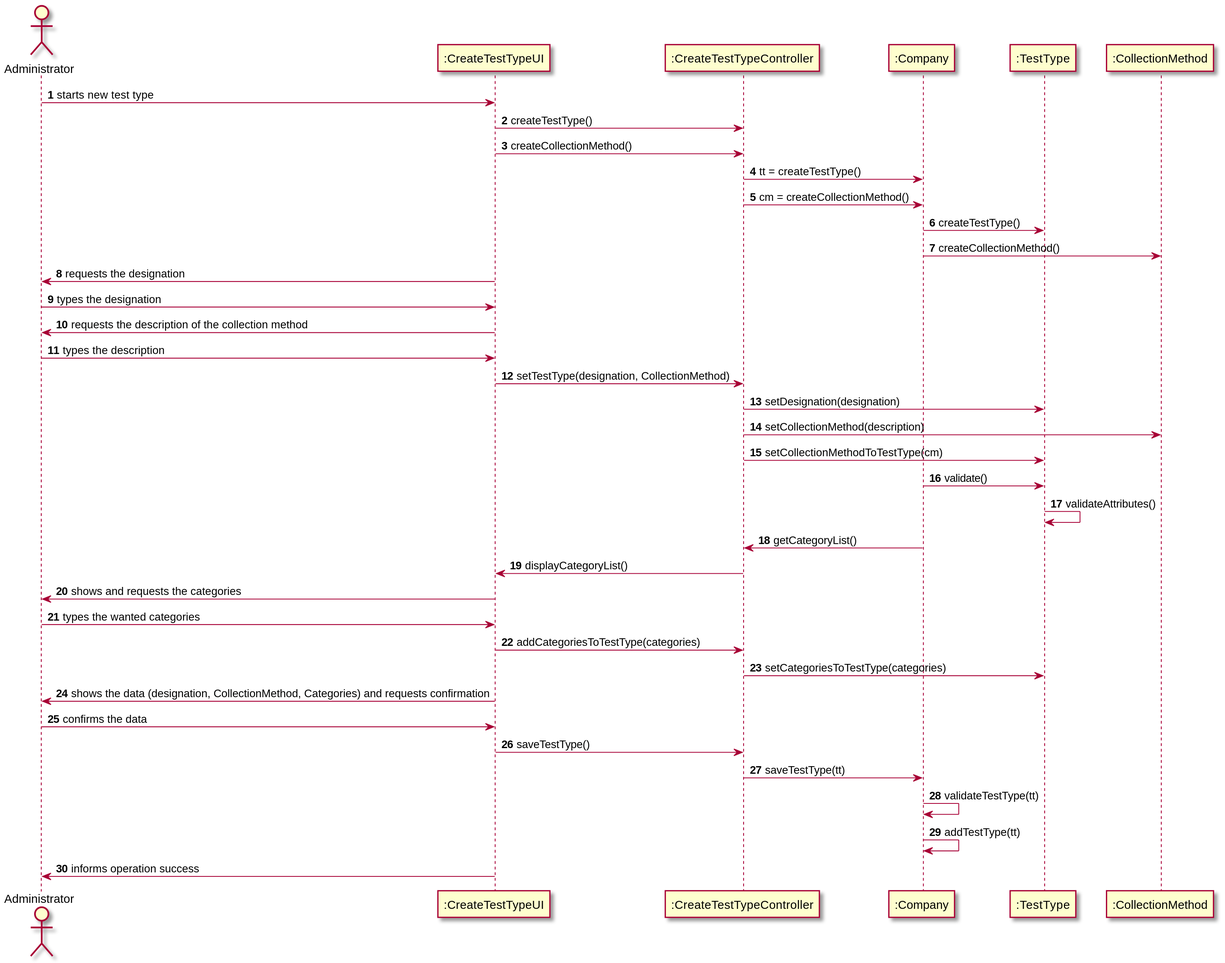
Before: docs/SprintB/US9/US9_SD.svg, a diagram exported from PlantUML (MadDinosaur/ISEP-LAPR2). Its diagram source:
```plantuml
@startuml


autonumber

actor Administrator

Administrator -> ":CreateTestTypeUI": starts new test type
":CreateTestTypeUI" -> ":CreateTestTypeController": createTestType()
":CreateTestTypeUI" -> ":CreateTestTypeController": createCollectionMethod()
":CreateTestTypeController" -> ":Company": tt = createTestType()
":CreateTestTypeController" -> ":Company": cm = createCollectionMethod()
":Company" -> ":TestType": createTestType()
":Company" -> ":CollectionMethod": createCollectionMethod()

":CreateTestTypeUI" -> Administrator: requests the designation
Administrator -> ":CreateTestTypeUI": types the designation
":CreateTestTypeUI" -> Administrator: requests the description of the collection method
Administrator -> ":CreateTestTypeUI": types the description

":CreateTestTypeUI" -> ":CreateTestTypeController": setTestType(designation, CollectionMethod)
":CreateTestTypeController" -> ":TestType": setDesignation(designation)
":CreateTestTypeController" -> ":CollectionMethod": setCollectionMethod(description)
":CreateTestTypeController" -> ":TestType": setCollectionMethodToTestType(cm)

":Company" -> ":TestType": validate()
":TestType" -> ":TestType": validateAttributes()

":Company" -> ":CreateTestTypeController": getCategoryList()
":CreateTestTypeController" -> ":CreateTestTypeUI": displayCategoryList()

":CreateTestTypeUI" -> Administrator: shows and requests the categories
Administrator -> ":CreateTestTypeUI": types the wanted categories

":CreateTestTypeUI" -> ":CreateTestTypeController": addCategoriesToTestType(categories)
":CreateTestTypeController" -> ":TestType": setCategoriesToTestType(categories)
":CreateTestTypeUI" -> Administrator: shows the data (designation, CollectionMethod, Categories) and requests confirmation
Administrator -> ":CreateTestTypeUI": confirms the data
":CreateTestTypeUI" -> ":CreateTestTypeController": saveTestType()
":CreateTestTypeController" -> ":Company": saveTestType(tt)
":Company" -> ":Company": validateTestType(tt)
":Company" -> ":Company": addTestType(tt)

":CreateTestTypeUI" -> Administrator: informs operation success



@enduml
```
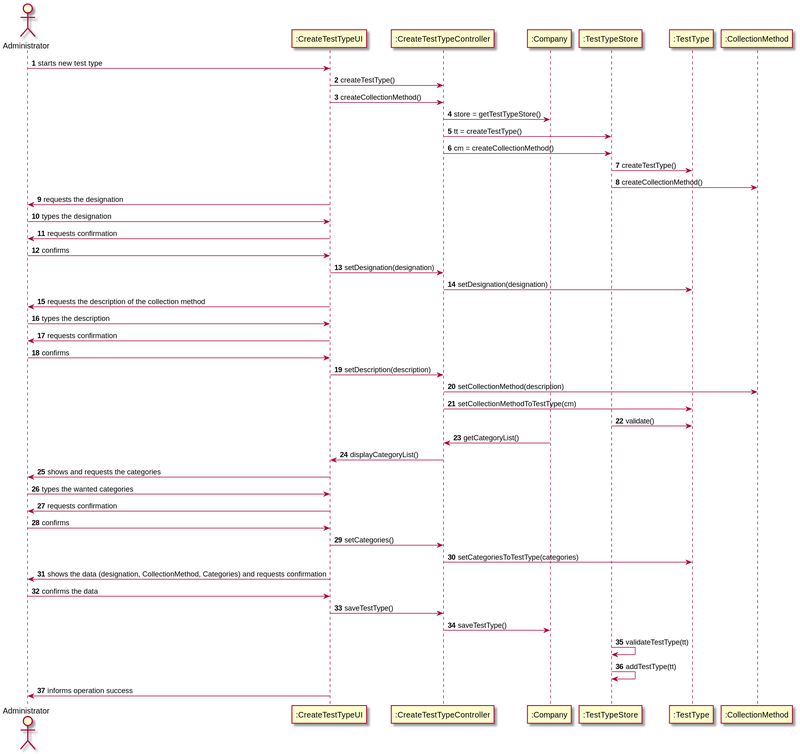
Above is the later version.

Diff of the diagram source:
```diff
@@ -8,38 +8,48 @@
 Administrator -> ":CreateTestTypeUI": starts new test type
 ":CreateTestTypeUI" -> ":CreateTestTypeController": createTestType()
 ":CreateTestTypeUI" -> ":CreateTestTypeController": createCollectionMethod()
-":CreateTestTypeController" -> ":Company": tt = createTestType()
-":CreateTestTypeController" -> ":Company": cm = createCollectionMethod()
-":Company" -> ":TestType": createTestType()
-":Company" -> ":CollectionMethod": createCollectionMethod()
+":CreateTestTypeController" -> ":Company": store = getTestTypeStore()
+":CreateTestTypeController" -> ":TestTypeStore": tt = createTestType()
+":CreateTestTypeController" -> ":TestTypeStore": cm = createCollectionMethod()
+":TestTypeStore" -> ":TestType": createTestType()
+":TestTypeStore" -> ":CollectionMethod": createCollectionMethod()
 
 ":CreateTestTypeUI" -> Administrator: requests the designation
 Administrator -> ":CreateTestTypeUI": types the designation
+":CreateTestTypeUI" -> Administrator: requests confirmation
+Administrator -> ":CreateTestTypeUI": confirms
+
+":CreateTestTypeUI" -> ":CreateTestTypeController": setDesignation(designation)
+":CreateTestTypeController" -> ":TestType": setDesignation(designation)
+
 ":CreateTestTypeUI" -> Administrator: requests the description of the collection method
 Administrator -> ":CreateTestTypeUI": types the description
+":CreateTestTypeUI" -> Administrator: requests confirmation
+Administrator -> ":CreateTestTypeUI": confirms
 
-":CreateTestTypeUI" -> ":CreateTestTypeController": setTestType(designation, CollectionMethod)
-":CreateTestTypeController" -> ":TestType": setDesignation(designation)
+":CreateTestTypeUI" -> ":CreateTestTypeController": setDescription(description)
+
 ":CreateTestTypeController" -> ":CollectionMethod": setCollectionMethod(description)
 ":CreateTestTypeController" -> ":TestType": setCollectionMethodToTestType(cm)
 
-":Company" -> ":TestType": validate()
-":TestType" -> ":TestType": validateAttributes()
+":TestTypeStore" -> ":TestType": validate()
 
 ":Company" -> ":CreateTestTypeController": getCategoryList()
 ":CreateTestTypeController" -> ":CreateTestTypeUI": displayCategoryList()
 
 ":CreateTestTypeUI" -> Administrator: shows and requests the categories
 Administrator -> ":CreateTestTypeUI": types the wanted categories
+":CreateTestTypeUI" -> Administrator: requests confirmation
+Administrator -> ":CreateTestTypeUI": confirms
 
-":CreateTestTypeUI" -> ":CreateTestTypeController": addCategoriesToTestType(categories)
+":CreateTestTypeUI" -> ":CreateTestTypeController": setCategories()
 ":CreateTestTypeController" -> ":TestType": setCategoriesToTestType(categories)
 ":CreateTestTypeUI" -> Administrator: shows the data (designation, CollectionMethod, Categories) and requests confirmation
 Administrator -> ":CreateTestTypeUI": confirms the data
 ":CreateTestTypeUI" -> ":CreateTestTypeController": saveTestType()
-":CreateTestTypeController" -> ":Company": saveTestType(tt)
-":Company" -> ":Company": validateTestType(tt)
-":Company" -> ":Company": addTestType(tt)
+":CreateTestTypeController" -> ":Company": saveTestType()
+":TestTypeStore" -> ":TestTypeStore": validateTestType(tt)
+":TestTypeStore" -> ":TestTypeStore": addTestType(tt)
 
 ":CreateTestTypeUI" -> Administrator: informs operation success
 
```
